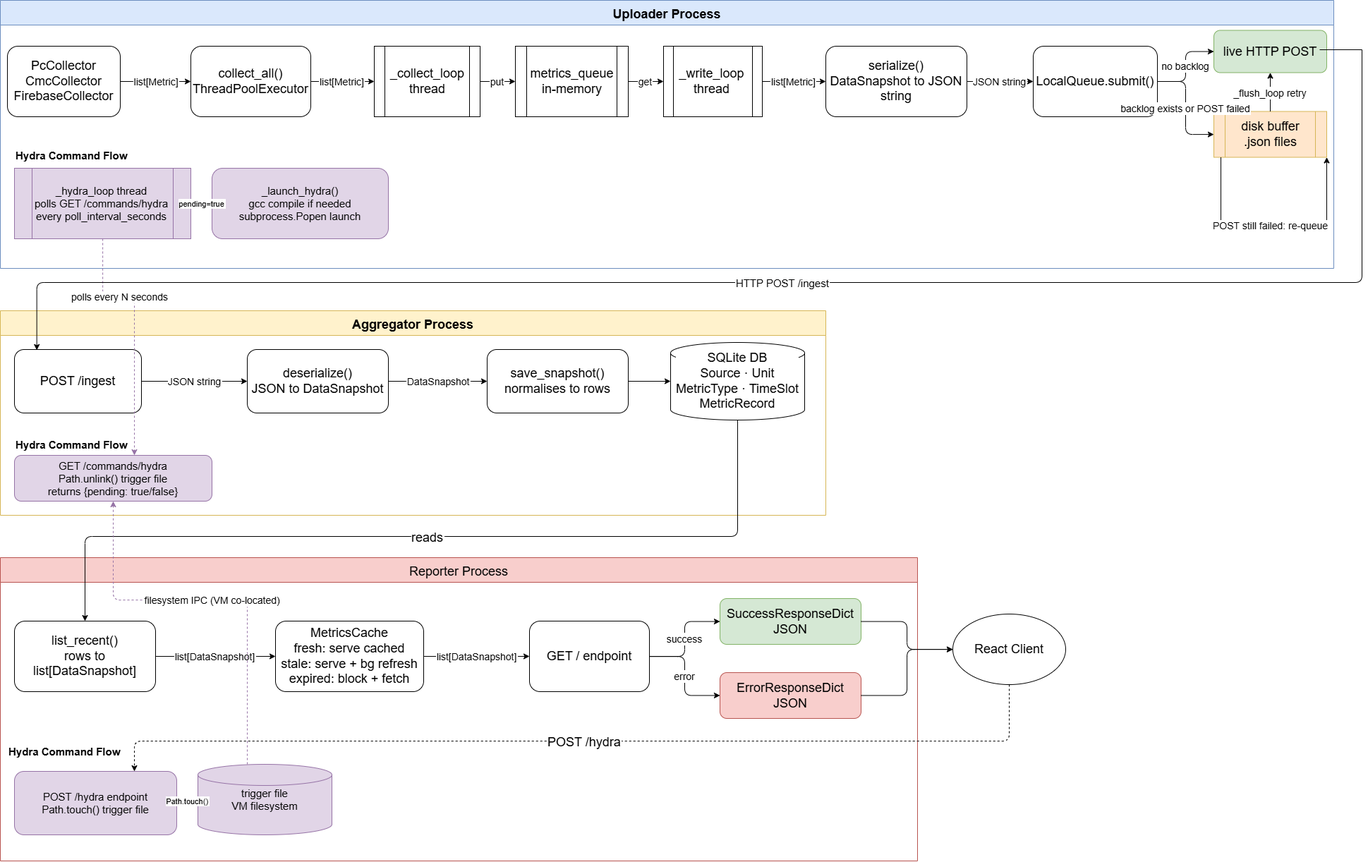
This is COTC-Data-Flow.png from EoinOKelly/Draw.io, a draw.io export, as it was before one commit. Source tidied: cells renumbered, new cells last; positions are measured from the earlier drawing's top-left corner, leaving out a move shared by most shapes.
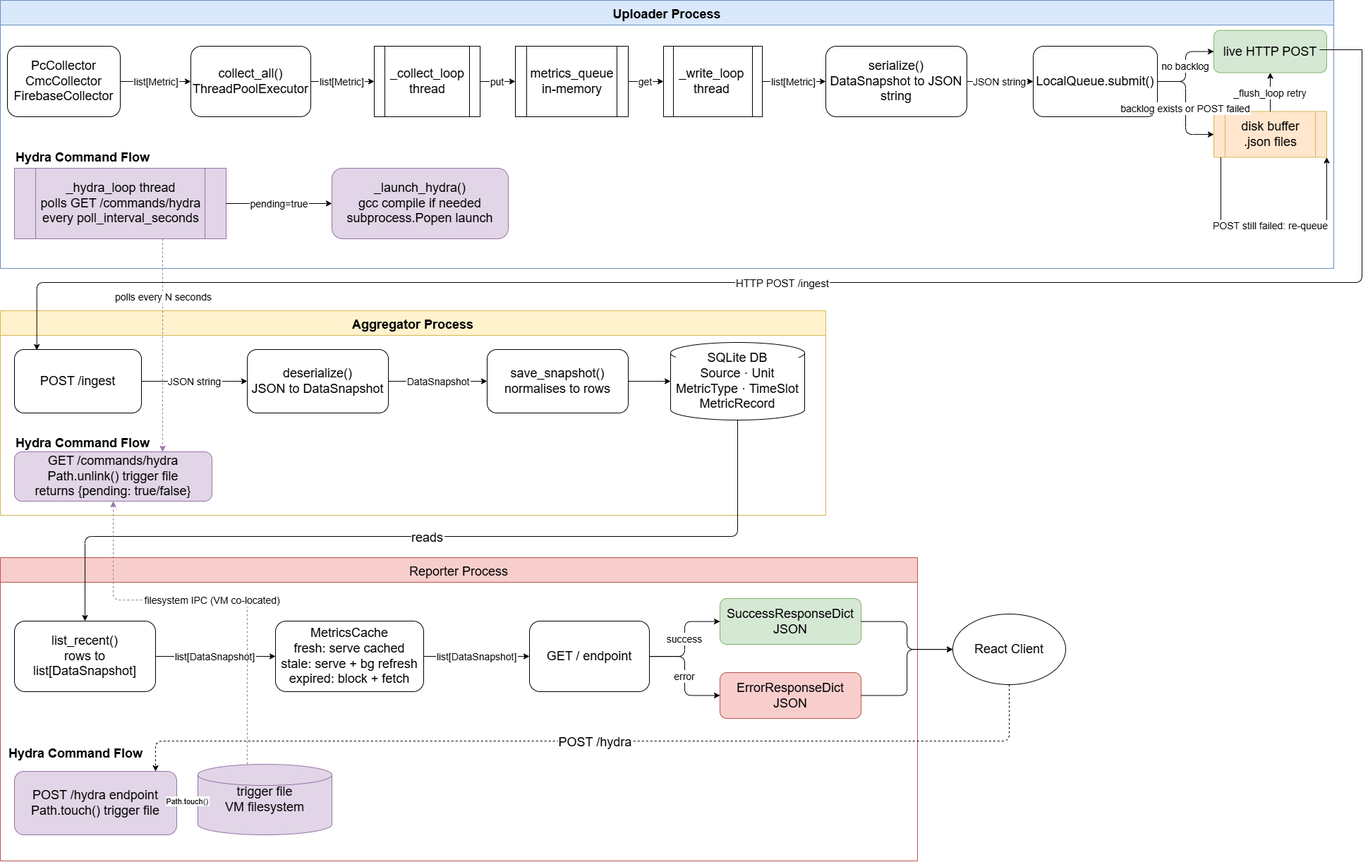
After the commit.

Diff of the diagram source:
```diff
@@ -32,14 +32,14 @@
     <mxCell id="11" value="disk buffer&#10;.json files" style="shape=process;whiteSpace=wrap;fillColor=#ffe6cc;strokeColor=#d6b656;fontSize=18;" parent="2" vertex="1">
       <mxGeometry x="1720" y="157.5" width="160" height="65" as="geometry" />
     </mxCell>
-    <mxCell id="12" value="Hydra Command Flow" style="text;fontStyle=1;fontSize=15;fillColor=none;strokeColor=none;align=left;" parent="2" vertex="1">
+    <mxCell id="12" value="Hydra Command Flow" style="text;fontStyle=1;fontSize=18;fillColor=none;strokeColor=none;align=left;" parent="2" vertex="1">
       <mxGeometry x="20" y="205" width="260" height="25" as="geometry" />
     </mxCell>
-    <mxCell id="13" value="_hydra_loop thread&#10;polls GET /commands/hydra&#10;every poll_interval_seconds" style="shape=process;whiteSpace=wrap;fillColor=#e1d5e7;strokeColor=#9673a6;fontSize=15;" parent="2" vertex="1">
-      <mxGeometry x="20" y="238" width="250" height="100" as="geometry" />
+    <mxCell id="13" value="_hydra_loop thread&#10;polls GET /commands/hydra&#10;every poll_interval_seconds" style="shape=process;whiteSpace=wrap;fillColor=#e1d5e7;strokeColor=#9673a6;fontSize=18;" parent="2" vertex="1">
+      <mxGeometry x="20" y="238" width="300" height="100" as="geometry" />
     </mxCell>
-    <mxCell id="14" value="_launch_hydra()&#10;gcc compile if needed&#10;subprocess.Popen launch" style="rounded=1;whiteSpace=wrap;fillColor=#e1d5e7;strokeColor=#9673a6;fontSize=15;" parent="2" vertex="1">
-      <mxGeometry x="300" y="238" width="250" height="100" as="geometry" />
+    <mxCell id="14" value="_launch_hydra()&#10;gcc compile if needed&#10;subprocess.Popen launch" style="rounded=1;whiteSpace=wrap;fillColor=#e1d5e7;strokeColor=#9673a6;fontSize=18;" parent="2" vertex="1">
+      <mxGeometry x="470" y="238" width="250" height="100" as="geometry" />
     </mxCell>
     <mxCell id="15" value="list[Metric]" style="edgeStyle=orthogonalEdgeStyle;fontSize=14;" parent="2" edge="1" source="3" target="4">
       <mxGeometry relative="1" as="geometry" />
@@ -68,7 +68,7 @@
     <mxCell id="23" value="_flush_loop retry" style="edgeStyle=orthogonalEdgeStyle;fontSize=14;" parent="2" edge="1" source="11" target="10">
       <mxGeometry relative="1" as="geometry" />
     </mxCell>
-    <mxCell id="24" value="pending=true" style="edgeStyle=orthogonalEdgeStyle;" parent="2" edge="1" source="13" target="14">
+    <mxCell id="24" value="pending=true" style="edgeStyle=orthogonalEdgeStyle;fontSize=14;" parent="2" edge="1" source="13" target="14">
       <mxGeometry relative="1" as="geometry" />
     </mxCell>
     <mxCell id="25" style="edgeStyle=orthogonalEdgeStyle;rounded=0;orthogonalLoop=1;jettySize=auto;html=1;entryX=1;entryY=1;entryDx=0;entryDy=0;" parent="2" edge="1" source="11" target="11">
@@ -97,11 +97,11 @@
     <mxCell id="31" value="SQLite DB&#10;Source · Unit&#10;MetricType · TimeSlot&#10;MetricRecord" style="shape=cylinder3;whiteSpace=wrap;fontSize=18;labelBackgroundColor=default;" parent="27" vertex="1">
       <mxGeometry x="950" y="45" width="190" height="110" as="geometry" />
     </mxCell>
-    <mxCell id="32" value="Hydra Command Flow" style="text;fontStyle=1;fontSize=15;fillColor=none;strokeColor=none;align=left;" parent="27" vertex="1">
-      <mxGeometry x="20" y="175" width="260" height="25" as="geometry" />
+    <mxCell id="32" value="Hydra Command Flow" style="text;fontStyle=1;fontSize=18;fillColor=none;strokeColor=none;align=left;" parent="27" vertex="1">
+      <mxGeometry x="20" y="170" width="260" height="25" as="geometry" />
     </mxCell>
-    <mxCell id="33" value="GET /commands/hydra&#10;Path.unlink() trigger file&#10;returns {pending: true/false}" style="rounded=1;whiteSpace=wrap;fillColor=#e1d5e7;strokeColor=#9673a6;fontSize=15;" parent="27" vertex="1">
-      <mxGeometry x="20" y="205" width="280" height="65" as="geometry" />
+    <mxCell id="33" value="GET /commands/hydra&#10;Path.unlink() trigger file&#10;returns {pending: true/false}" style="rounded=1;whiteSpace=wrap;fillColor=#e1d5e7;strokeColor=#9673a6;fontSize=18;" parent="27" vertex="1">
+      <mxGeometry x="20" y="200" width="280" height="70" as="geometry" />
     </mxCell>
     <mxCell id="34" value="JSON string" style="edgeStyle=orthogonalEdgeStyle;fontSize=14;" parent="27" edge="1" source="28" target="29">
       <mxGeometry relative="1" as="geometry" />
@@ -130,13 +130,13 @@
     <mxCell id="42" value="ErrorResponseDict&#10;JSON" style="rounded=1;whiteSpace=wrap;fillColor=#f8cecc;strokeColor=#b85450;fontSize=18;" parent="37" vertex="1">
       <mxGeometry x="1020" y="163" width="200" height="65" as="geometry" />
     </mxCell>
-    <mxCell id="43" value="Hydra Command Flow" style="text;fontStyle=1;fontSize=15;fillColor=none;strokeColor=none;align=left;" parent="37" vertex="1">
+    <mxCell id="43" value="Hydra Command Flow" style="text;fontStyle=1;fontSize=18;fillColor=none;strokeColor=none;align=left;" parent="37" vertex="1">
       <mxGeometry x="10" y="260" width="260" height="25" as="geometry" />
     </mxCell>
-    <mxCell id="44" value="POST /hydra endpoint&#10;Path.touch() trigger file" style="rounded=1;whiteSpace=wrap;fillColor=#e1d5e7;strokeColor=#9673a6;fontSize=15;" parent="37" vertex="1">
+    <mxCell id="44" value="POST /hydra endpoint&#10;Path.touch() trigger file" style="rounded=1;whiteSpace=wrap;fillColor=#e1d5e7;strokeColor=#9673a6;fontSize=18;" parent="37" vertex="1">
       <mxGeometry x="20" y="303" width="230" height="90" as="geometry" />
     </mxCell>
-    <mxCell id="45" value="trigger file&#10;VM filesystem" style="shape=cylinder3;whiteSpace=wrap;fillColor=#e1d5e7;strokeColor=#9673a6;fontSize=15;" parent="37" vertex="1">
+    <mxCell id="45" value="trigger file&#10;VM filesystem" style="shape=cylinder3;whiteSpace=wrap;fillColor=#e1d5e7;strokeColor=#9673a6;fontSize=18;labelBackgroundColor=none;" parent="37" vertex="1">
       <mxGeometry x="280" y="293" width="190" height="100" as="geometry" />
     </mxCell>
     <mxCell id="46" value="list[DataSnapshot]" style="edgeStyle=orthogonalEdgeStyle;fontSize=14;" parent="37" edge="1" source="38" target="39">
@@ -164,13 +164,15 @@
     <mxCell id="52" style="edgeStyle=orthogonalEdgeStyle;dashed=1;strokeColor=#9673a6;" parent="1" edge="1" source="13" target="33">
       <mxGeometry relative="1" as="geometry">
         <Array as="points">
-          <mxPoint x="145" y="420" />
-          <mxPoint x="190" y="420" />
+          <mxPoint x="230" y="480" />
+          <mxPoint x="230" y="480" />
         </Array>
       </mxGeometry>
     </mxCell>
     <mxCell id="53" value="&lt;font style=&quot;font-size: 14px;&quot;&gt;polls every N seconds&lt;/font&gt;" style="edgeLabel;html=1;align=center;verticalAlign=middle;" parent="52" vertex="1">
-      <mxGeometry x="-0.4" relative="1" as="geometry" />
+      <mxGeometry x="-0.4" relative="1" as="geometry">
+        <mxPoint y="-9" as="offset" />
+      </mxGeometry>
     </mxCell>
     <mxCell id="54" value="filesystem IPC (VM co-located)" style="edgeStyle=orthogonalEdgeStyle;dashed=1;strokeColor=#9673a6;fontSize=14;" parent="1" edge="1" source="45" target="33">
       <mxGeometry relative="1" as="geometry">
@@ -208,7 +210,7 @@
       <mxGeometry relative="1" as="geometry">
         <Array as="points">
           <mxPoint x="1430" y="1050" />
-          <mxPoint x="190" y="1050" />
+          <mxPoint x="220" y="1050" />
         </Array>
       </mxGeometry>
     </mxCell>
```
